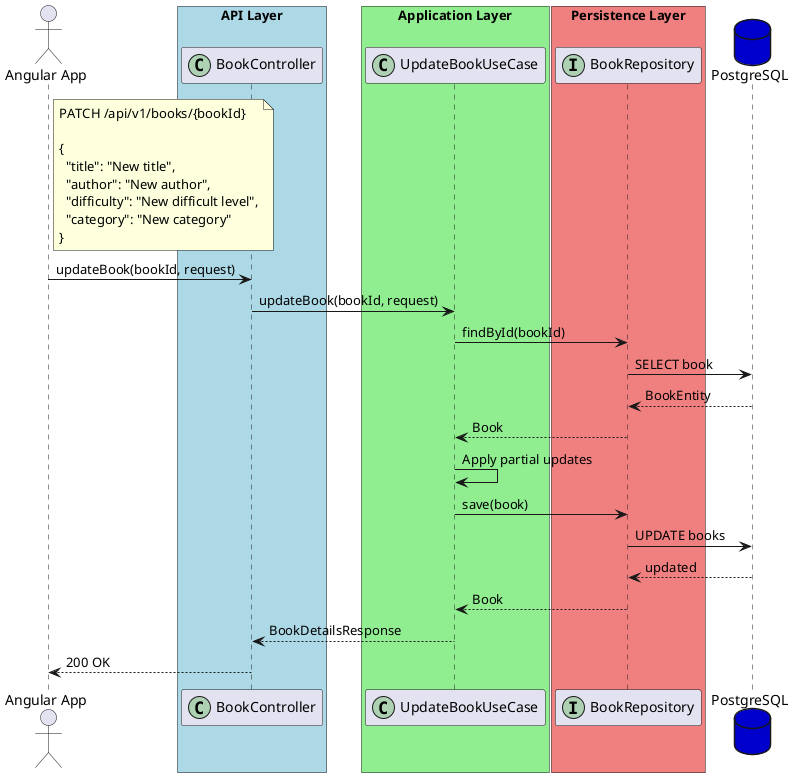
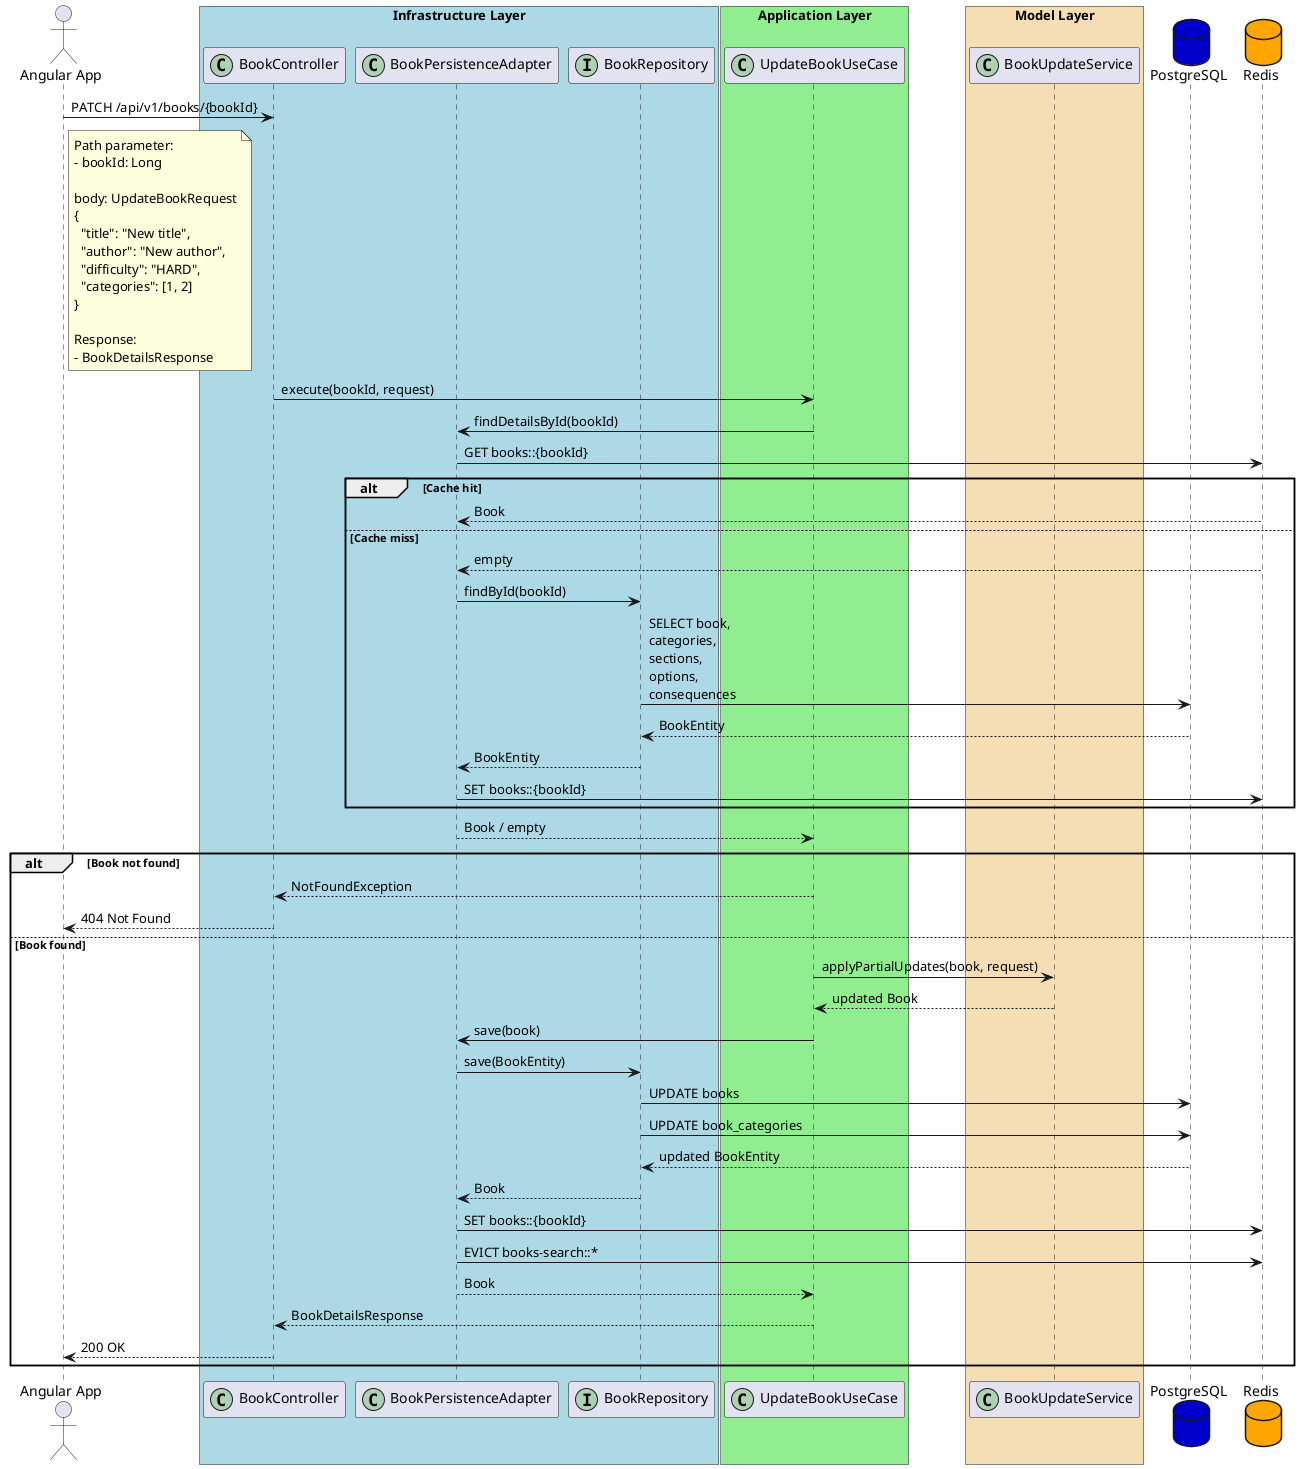
@startuml
actor user as "Angular App"

- box "API Layer" #LightBlue
+ box "Infrastructure Layer" #LightBlue
participant "BookController" as controller <<(C,#ADD1B2)>>
+ participant "BookPersistenceAdapter" as adapter <<(C,#ADD1B2)>>
+ participant "BookRepository" as repository <<(I,#ADD1B2)>>
end box

box "Application Layer" #LightGreen
participant "UpdateBookUseCase" as usecase <<(C,#ADD1B2)>>
end box

- box "Persistence Layer" #LightCoral
- participant "BookRepository" as bookRepo <<(I,#ADD1B2)>>
+ box "Model Layer" #Wheat
+ participant "BookUpdateService" as service <<(C,#ADD1B2)>>
end box

database "PostgreSQL" as db #MediumBlue
+ database "Redis" as redis #Orange
+ 
+ user -> controller : PATCH /api/v1/books/{bookId}

note right user
- PATCH /api/v1/books/{bookId}
+ Path parameter:
+ - bookId: Long

+ body: UpdateBookRequest
{
  "title": "New title",
  "author": "New author",
-   "difficulty": "New difficult level",
-   "category": "New category"
+   "difficulty": "HARD",
+   "categories": [1, 2]
}
+ 
+ Response:
+ - BookDetailsResponse
end note

- user -> controller : updateBook(bookId, request)
- controller -> usecase : updateBook(bookId, request)
+ controller -> usecase : execute(bookId, request)

- usecase -> bookRepo : findById(bookId)
- bookRepo -> db : SELECT book
- db --> bookRepo : BookEntity
- bookRepo --> usecase : Book
+ usecase -> adapter : findDetailsById(bookId)

- usecase -> usecase : Apply partial updates
+ adapter -> redis : GET books::{bookId}

- usecase -> bookRepo : save(book)
- bookRepo -> db : UPDATE books
- db --> bookRepo : updated
- bookRepo --> usecase : Book
+ alt Cache hit
+     redis --> adapter : Book
+ else Cache miss
+     redis --> adapter : empty

- usecase --> controller : BookDetailsResponse
- controller --> user : 200 OK
+     adapter -> repository : findById(bookId)
+     repository -> db : SELECT book,\ncategories,\nsections,\noptions,\nconsequences
+     db --> repository : BookEntity
+ 
+     repository --> adapter : BookEntity
+     adapter -> redis : SET books::{bookId}
+ end
+ 
+ adapter --> usecase : Book / empty
+ 
+ alt Book not found
+     usecase --> controller : NotFoundException
+     controller --> user : 404 Not Found
+ else Book found
+     usecase -> service : applyPartialUpdates(book, request)
+     service --> usecase : updated Book
+ 
+     usecase -> adapter : save(book)
+ 
+     adapter -> repository : save(BookEntity)
+     repository -> db : UPDATE books
+     repository -> db : UPDATE book_categories
+     db --> repository : updated BookEntity
+ 
+     repository --> adapter : Book
+ 
+     adapter -> redis : SET books::{bookId}
+     adapter -> redis : EVICT books-search::*
+ 
+     adapter --> usecase : Book
+     usecase --> controller : BookDetailsResponse
+     controller --> user : 200 OK
+ end

@enduml